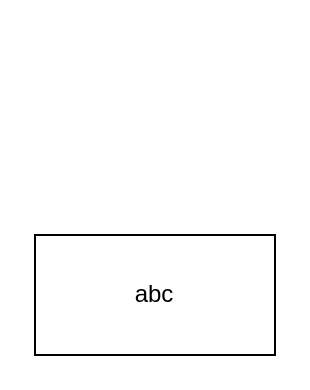
Before: Untitled Diagram.drawio in PeitingXie/COMP3211-project, a draw.io diagram. Source tidied: cells renumbered, new cells numbered last; positions are measured from the earlier drawing's top-left corner, leaving out a move shared by most shapes. Both pictures are drawn from the tidied source at 200%, with x=0, y=0 at pixel (34, 234).
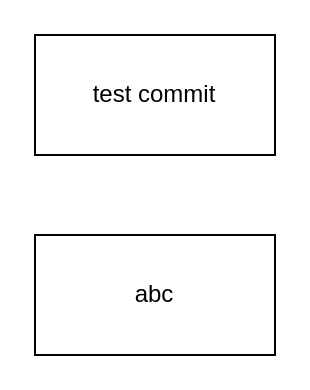
Above is the later version.

Commit message:
entered test box to Untitled Diagram.drawio

Diff of the diagram source:
```diff
@@
 <mxGraphModel>
   <root>
     <mxCell id="0" />
     <mxCell id="1" parent="0" />
     <mxCell id="2" value="abc" style="rounded=0;whiteSpace=wrap;html=1;" parent="1" vertex="1">
       <mxGeometry width="120" height="60" as="geometry" />
     </mxCell>
+    <mxCell id="3" value="test commit" style="rounded=0;whiteSpace=wrap;html=1;" parent="1" vertex="1">
+      <mxGeometry y="-100" width="120" height="60" as="geometry" />
+    </mxCell>
   </root>
 </mxGraphModel>
```
